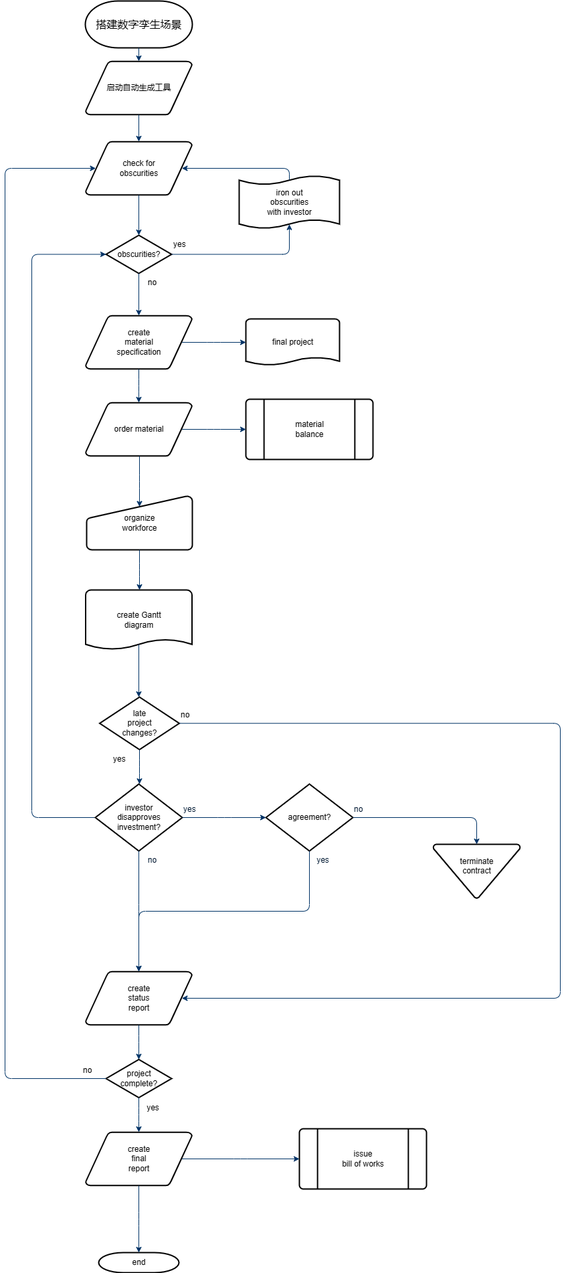
Above: VissimMap.drawio.png in mulegan/draw-.io (draw.io), before the change. Source tidied: cells renumbered, new cells last; positions are measured from the earlier drawing's top-left corner, leaving out a move shared by most shapes.
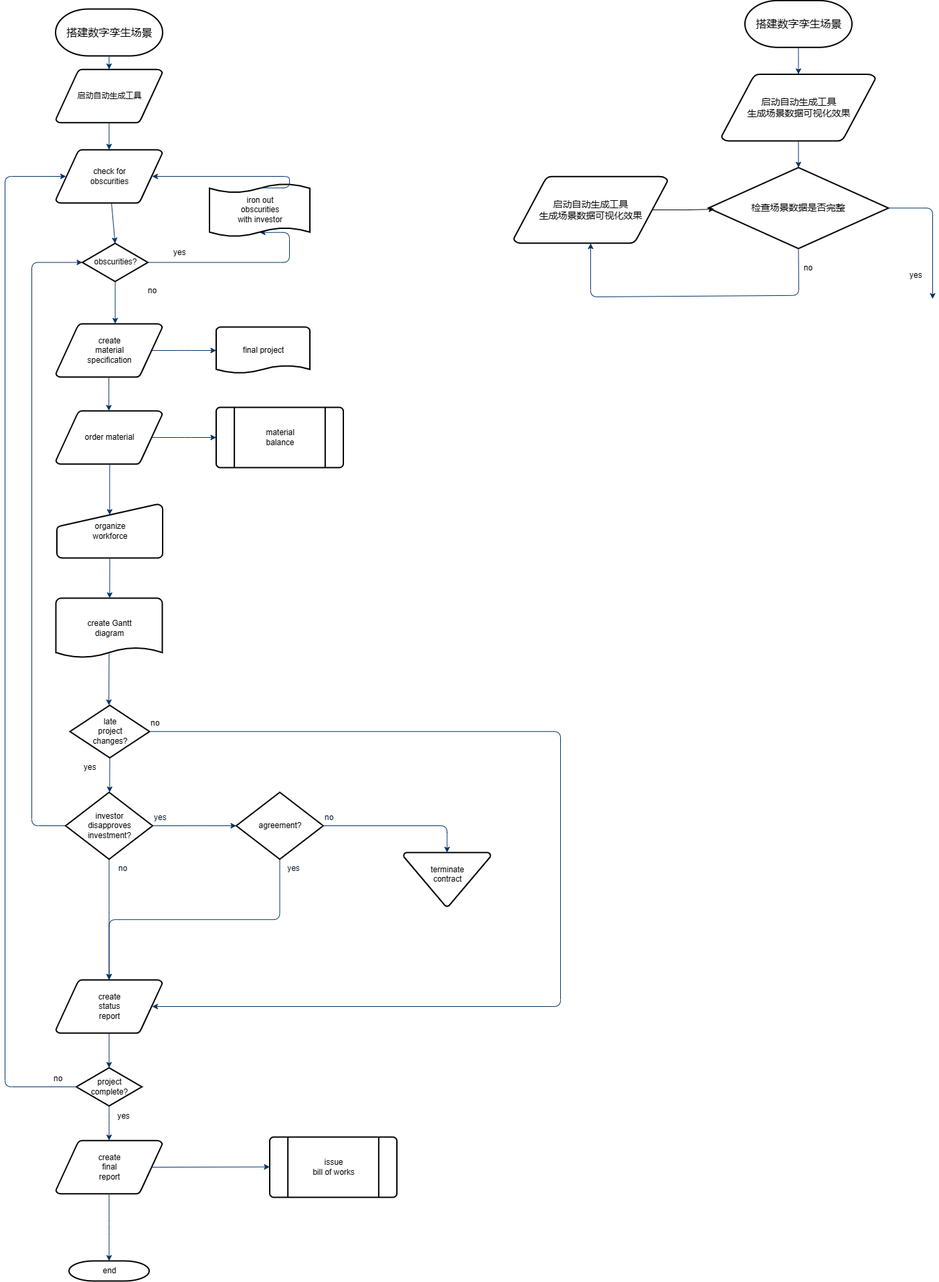
After the commit.

What changed in the source:
```diff
@@ -15,7 +15,7 @@
       <mxGeometry x="120.5" y="210" width="159" height="80" as="geometry" />
     </mxCell>
     <mxCell id="6" value="obscurities?" style="shape=mxgraph.flowchart.decision;strokeWidth=2;gradientColor=none;gradientDirection=north;fontStyle=0;html=1;" parent="1" vertex="1">
-      <mxGeometry x="151" y="350" width="98" height="57" as="geometry" />
+      <mxGeometry x="160" y="350" width="98" height="57" as="geometry" />
     </mxCell>
     <mxCell id="7" style="fontStyle=1;strokeColor=#003366;strokeWidth=1;html=1;" parent="1" edge="1" source="2" target="3">
       <mxGeometry relative="1" as="geometry" />
@@ -29,12 +29,12 @@
     <mxCell id="10" style="edgeStyle=elbowEdgeStyle;elbow=horizontal;entryX=0.5;entryY=0.91;entryPerimeter=0;exitX=1;exitY=0.5;exitPerimeter=0;fontStyle=1;strokeColor=#003366;strokeWidth=1;html=1;" parent="1" edge="1" source="6" target="51">
       <mxGeometry x="381" y="28.5" as="geometry">
         <Array as="points">
-          <mxPoint x="425" y="360" />
+          <mxPoint x="469.5" y="360" />
         </Array>
       </mxGeometry>
     </mxCell>
     <mxCell id="11" value="yes" style="text;fontStyle=0;html=1;strokeColor=none;gradientColor=none;fillColor=none;strokeWidth=2;" parent="1" vertex="1">
-      <mxGeometry x="250" y="350" width="40" height="26" as="geometry" />
+      <mxGeometry x="294.5" y="350" width="40" height="26" as="geometry" />
     </mxCell>
     <mxCell id="12" style="edgeStyle=elbowEdgeStyle;elbow=horizontal;fontColor=#001933;fontStyle=1;strokeColor=#003366;strokeWidth=1;html=1;" parent="1" edge="1" source="6" target="4">
       <mxGeometry as="geometry" />
@@ -43,45 +43,45 @@
       <mxGeometry x="120.5" y="600" width="159" height="80" as="geometry" />
     </mxCell>
     <mxCell id="14" value="no" style="text;fontStyle=0;html=1;strokeColor=none;gradientColor=none;fillColor=none;strokeWidth=2;align=center;" parent="1" vertex="1">
-      <mxGeometry x="200" y="407" width="40" height="26" as="geometry" />
+      <mxGeometry x="244.5" y="407" width="40" height="26" as="geometry" />
     </mxCell>
     <mxCell id="15" value="final project" style="shape=mxgraph.flowchart.document;strokeWidth=2;gradientColor=none;gradientDirection=north;fontStyle=0;html=1;" parent="1" vertex="1">
       <mxGeometry x="360" y="475" width="140" height="70" as="geometry" />
     </mxCell>
     <mxCell id="16" style="edgeStyle=elbowEdgeStyle;elbow=horizontal;exitX=0.905;exitY=0.5;exitPerimeter=0;fontStyle=1;strokeColor=#003366;strokeWidth=1;html=1;" parent="1" edge="1" source="4" target="15">
-      <mxGeometry as="geometry" />
+      <mxGeometry x="-44.5" as="geometry" />
     </mxCell>
     <mxCell id="17" style="edgeStyle=elbowEdgeStyle;elbow=horizontal;fontStyle=1;strokeColor=#003366;strokeWidth=1;html=1;" parent="1" edge="1" source="4" target="13">
-      <mxGeometry as="geometry" />
+      <mxGeometry x="-44.5" as="geometry" />
     </mxCell>
     <mxCell id="18" value="material&#10;balance" style="shape=mxgraph.flowchart.predefined_process;strokeWidth=2;gradientColor=none;gradientDirection=north;fontStyle=0;html=1;" parent="1" vertex="1">
       <mxGeometry x="360" y="595" width="190" height="90" as="geometry" />
     </mxCell>
     <mxCell id="19" style="edgeStyle=elbowEdgeStyle;elbow=horizontal;exitX=0.905;exitY=0.5;exitPerimeter=0;fontStyle=1;strokeColor=#003366;strokeWidth=1;html=1;" parent="1" edge="1" source="13" target="18">
-      <mxGeometry as="geometry" />
+      <mxGeometry x="-44.5" as="geometry" />
     </mxCell>
     <mxCell id="20" value="organize &#10;workforce" style="shape=mxgraph.flowchart.manual_input;strokeWidth=2;gradientColor=none;gradientDirection=north;fontStyle=0;html=1;" parent="1" vertex="1">
       <mxGeometry x="122" y="740" width="158" height="80" as="geometry" />
     </mxCell>
     <mxCell id="21" style="edgeStyle=elbowEdgeStyle;elbow=horizontal;entryX=0.5;entryY=0.195;entryPerimeter=0;fontStyle=1;strokeColor=#003366;strokeWidth=1;html=1;" parent="1" edge="1" source="13" target="20">
-      <mxGeometry as="geometry" />
+      <mxGeometry x="-44.5" as="geometry" />
     </mxCell>
     <mxCell id="22" value="create Gantt&#10;diagram" style="shape=mxgraph.flowchart.document;strokeWidth=2;gradientColor=none;gradientDirection=north;fontStyle=0;html=1;" parent="1" vertex="1">
       <mxGeometry x="120.5" y="880" width="159" height="90" as="geometry" />
     </mxCell>
     <mxCell id="23" style="edgeStyle=elbowEdgeStyle;elbow=horizontal;exitX=0.5;exitY=1;exitPerimeter=0;fontStyle=1;strokeColor=#003366;strokeWidth=1;html=1;" parent="1" edge="1" source="20" target="22">
-      <mxGeometry as="geometry" />
+      <mxGeometry x="-44.5" as="geometry" />
     </mxCell>
     <mxCell id="24" value="late&#10;project&#10;changes?" style="shape=mxgraph.flowchart.decision;strokeWidth=2;gradientColor=none;gradientDirection=north;fontStyle=0;html=1;" parent="1" vertex="1">
       <mxGeometry x="141.5" y="1040" width="119" height="78.5" as="geometry" />
     </mxCell>
     <mxCell id="25" style="edgeStyle=elbowEdgeStyle;elbow=horizontal;exitX=0.5;exitY=0.9;exitPerimeter=0;fontStyle=1;strokeColor=#003366;strokeWidth=1;html=1;" parent="1" edge="1" source="22" target="24">
-      <mxGeometry as="geometry" />
+      <mxGeometry x="-44.5" as="geometry" />
     </mxCell>
     <mxCell id="26" style="edgeStyle=elbowEdgeStyle;elbow=horizontal;exitX=0;exitY=0.5;exitPerimeter=0;entryX=0;entryY=0.5;entryPerimeter=0;fontStyle=1;strokeColor=#003366;strokeWidth=1;html=1;" parent="1" edge="1" source="28" target="6">
       <mxGeometry as="geometry">
         <Array as="points">
-          <mxPoint x="40" y="810" />
+          <mxPoint x="84.5" y="810" />
         </Array>
       </mxGeometry>
     </mxCell>
@@ -95,16 +95,16 @@
       <mxGeometry x="390" y="1170" width="130" height="100" as="geometry" />
     </mxCell>
     <mxCell id="30" style="edgeStyle=elbowEdgeStyle;elbow=horizontal;exitX=0.5;exitY=1;exitPerimeter=0;fontStyle=1;strokeColor=#003366;strokeWidth=1;html=1;" parent="1" edge="1" source="24" target="28">
-      <mxGeometry as="geometry" />
+      <mxGeometry x="-44.5" as="geometry" />
     </mxCell>
     <mxCell id="31" style="edgeStyle=elbowEdgeStyle;elbow=horizontal;exitX=1;exitY=0.5;exitPerimeter=0;entryX=0;entryY=0.5;entryPerimeter=0;fontStyle=1;strokeColor=#003366;strokeWidth=1;html=1;" parent="1" edge="1" source="28" target="29">
-      <mxGeometry as="geometry" />
+      <mxGeometry x="-44.5" as="geometry" />
     </mxCell>
     <mxCell id="32" value="terminate&#10;contract&#10;" style="shape=mxgraph.flowchart.merge_or_storage;strokeWidth=2;gradientColor=none;gradientDirection=north;fontStyle=0;html=1;" parent="1" vertex="1">
       <mxGeometry x="640" y="1260" width="130" height="80.5" as="geometry" />
     </mxCell>
     <mxCell id="33" style="edgeStyle=elbowEdgeStyle;elbow=vertical;exitX=1;exitY=0.5;exitPerimeter=0;entryX=0.5;entryY=0;entryPerimeter=0;fontStyle=1;strokeColor=#003366;strokeWidth=1;html=1;" parent="1" edge="1" source="29" target="32">
-      <mxGeometry as="geometry">
+      <mxGeometry x="-44.5" as="geometry">
         <Array as="points">
           <mxPoint x="620" y="1220" />
         </Array>
@@ -114,10 +114,10 @@
       <mxGeometry x="120.5" y="1450" width="159" height="80" as="geometry" />
     </mxCell>
     <mxCell id="35" style="edgeStyle=elbowEdgeStyle;elbow=vertical;exitX=0.5;exitY=1;exitPerimeter=0;fontColor=#001933;fontStyle=1;strokeColor=#003366;strokeWidth=1;html=1;" parent="1" edge="1" source="28" target="34">
-      <mxGeometry as="geometry" />
+      <mxGeometry x="-44.5" as="geometry" />
     </mxCell>
     <mxCell id="36" style="edgeStyle=elbowEdgeStyle;elbow=vertical;exitX=0.5;exitY=1;exitPerimeter=0;entryX=0.5;entryY=0;entryPerimeter=0;fontStyle=1;strokeColor=#003366;strokeWidth=1;html=1;" parent="1" edge="1" source="29" target="34">
-      <mxGeometry as="geometry" />
+      <mxGeometry x="-44.5" as="geometry" />
     </mxCell>
     <mxCell id="37" value="project&#10;complete?" style="shape=mxgraph.flowchart.decision;strokeWidth=2;gradientColor=none;gradientDirection=north;fontStyle=0;html=1;" parent="1" vertex="1">
       <mxGeometry x="151" y="1581.5" width="98" height="57" as="geometry" />
@@ -132,21 +132,21 @@
       <mxGeometry x="140" y="1870" width="120" height="30" as="geometry" />
     </mxCell>
     <mxCell id="41" style="edgeStyle=elbowEdgeStyle;elbow=vertical;exitX=0.5;exitY=1;exitPerimeter=0;entryX=0.5;entryY=0;entryPerimeter=0;fontStyle=1;strokeColor=#003366;strokeWidth=1;html=1;" parent="1" edge="1" source="34" target="37">
-      <mxGeometry as="geometry" />
+      <mxGeometry x="-44.5" as="geometry" />
     </mxCell>
     <mxCell id="42" style="edgeStyle=elbowEdgeStyle;elbow=vertical;exitX=0.5;exitY=1;exitPerimeter=0;entryX=0.5;entryY=0;entryPerimeter=0;fontStyle=1;strokeColor=#003366;strokeWidth=1;html=1;" parent="1" edge="1" source="37" target="38">
-      <mxGeometry as="geometry" />
+      <mxGeometry x="-44.5" as="geometry" />
     </mxCell>
     <mxCell id="43" style="edgeStyle=elbowEdgeStyle;elbow=vertical;exitX=0.5;exitY=1;exitPerimeter=0;entryX=0.5;entryY=0;entryPerimeter=0;fontStyle=1;strokeColor=#003366;strokeWidth=1;html=1;" parent="1" edge="1" source="38" target="40">
-      <mxGeometry as="geometry" />
+      <mxGeometry x="-44.5" as="geometry" />
     </mxCell>
     <mxCell id="44" style="edgeStyle=elbowEdgeStyle;elbow=vertical;exitX=0.905;exitY=0.5;exitPerimeter=0;entryX=0;entryY=0.5;entryPerimeter=0;fontStyle=1;strokeColor=#003366;strokeWidth=1;html=1;" parent="1" edge="1" source="38" target="39">
-      <mxGeometry as="geometry" />
+      <mxGeometry x="-44.5" as="geometry" />
     </mxCell>
     <mxCell id="45" style="edgeStyle=elbowEdgeStyle;elbow=horizontal;exitX=1;exitY=0.5;exitPerimeter=0;entryX=0.905;entryY=0.5;entryPerimeter=0;fontStyle=1;strokeColor=#003366;strokeWidth=1;html=1;" parent="1" edge="1" source="24" target="34">
       <mxGeometry as="geometry">
         <Array as="points">
-          <mxPoint x="830" y="1280" />
+          <mxPoint x="874.5" y="1280" />
         </Array>
       </mxGeometry>
     </mxCell>
@@ -171,7 +171,7 @@
     <mxCell id="52" style="edgeStyle=elbowEdgeStyle;elbow=horizontal;exitX=0.5;exitY=0.09;exitPerimeter=0;entryX=0.905;entryY=0.5;entryPerimeter=0;fontStyle=1;strokeColor=#003366;strokeWidth=1;html=1;" parent="1" edge="1" source="51" target="5">
       <mxGeometry as="geometry">
         <Array as="points">
-          <mxPoint x="425" y="260" />
+          <mxPoint x="469.5" y="260" />
         </Array>
       </mxGeometry>
     </mxCell>
@@ -181,12 +181,55 @@
     <mxCell id="54" style="edgeStyle=elbowEdgeStyle;elbow=horizontal;exitX=0;exitY=0.5;exitPerimeter=0;entryX=0.095;entryY=0.5;entryPerimeter=0;fontStyle=1;strokeColor=#003366;strokeWidth=1;html=1;" parent="1" edge="1" source="37" target="5">
       <mxGeometry as="geometry">
         <Array as="points">
-          <mxPoint y="930" />
+          <mxPoint x="44.5" y="930" />
         </Array>
       </mxGeometry>
     </mxCell>
     <mxCell id="55" value="no" style="text;fontStyle=0;html=1;strokeColor=none;gradientColor=none;fillColor=none;strokeWidth=2;" parent="1" vertex="1">
       <mxGeometry x="115" y="1584" width="40" height="26" as="geometry" />
     </mxCell>
+    <mxCell id="56" value="&lt;font style=&quot;font-size: 16px;&quot;&gt;搭建数字孪生场景&lt;/font&gt;" style="shape=mxgraph.flowchart.terminator;strokeWidth=2;gradientColor=none;gradientDirection=north;fontStyle=0;html=1;" parent="1" vertex="1">
+      <mxGeometry x="1150" y="-12.7" width="160" height="70" as="geometry" />
+    </mxCell>
+    <mxCell id="57" value="&lt;font style=&quot;font-size: 14px;&quot;&gt;启动自动生成工具&lt;br&gt;生成场景数据可视化效果&lt;br&gt;&lt;/font&gt;" style="shape=mxgraph.flowchart.data;strokeWidth=2;gradientColor=none;gradientDirection=north;fontStyle=0;html=1;" parent="1" vertex="1">
+      <mxGeometry x="1115" y="97.3" width="230" height="100" as="geometry" />
+    </mxCell>
+    <mxCell id="58" style="fontStyle=1;strokeColor=#003366;strokeWidth=1;html=1;" parent="1" edge="1" source="56" target="57">
+      <mxGeometry relative="1" as="geometry" />
+    </mxCell>
+    <mxCell id="59" style="fontStyle=1;strokeColor=#003366;strokeWidth=1;html=1;entryX=0.5;entryY=0;entryDx=0;entryDy=0;entryPerimeter=0;" parent="1" edge="1" source="57" target="60">
+      <mxGeometry relative="1" as="geometry" />
+    </mxCell>
+    <mxCell id="60" value="&lt;span style=&quot;font-size: 14px;&quot;&gt;检查场景数据是否完整&lt;/span&gt;" style="shape=mxgraph.flowchart.decision;strokeWidth=2;gradientColor=none;gradientDirection=north;fontStyle=0;html=1;" parent="1" vertex="1">
+      <mxGeometry x="1095.5" y="236.8" width="269" height="121" as="geometry" />
+    </mxCell>
+    <mxCell id="61" style="fontStyle=1;strokeColor=#003366;strokeWidth=1;html=1;exitX=0.5;exitY=1;exitDx=0;exitDy=0;exitPerimeter=0;entryX=0.5;entryY=1;entryDx=0;entryDy=0;entryPerimeter=0;" parent="1" edge="1" source="60" target="66">
+      <mxGeometry relative="1" as="geometry">
+        <Array as="points">
+          <mxPoint x="1230.5" y="427.8" />
+          <mxPoint x="919.5" y="430" />
+        </Array>
+      </mxGeometry>
+    </mxCell>
+    <mxCell id="62" value="yes" style="text;fontStyle=0;html=1;strokeColor=none;gradientColor=none;fillColor=none;strokeWidth=2;" parent="1" vertex="1">
+      <mxGeometry x="1394.5" y="383.8" width="30" height="26" as="geometry" />
+    </mxCell>
+    <mxCell id="63" style="edgeStyle=elbowEdgeStyle;elbow=horizontal;entryX=0.5;entryY=0.91;entryPerimeter=0;exitX=1;exitY=0.5;exitPerimeter=0;fontStyle=1;strokeColor=#003366;strokeWidth=1;html=1;exitDx=0;exitDy=0;" parent="1" edge="1" source="60">
+      <mxGeometry x="1342" y="127.8" as="geometry">
+        <mxPoint x="1430.5" y="433" as="targetPoint" />
+        <Array as="points">
+          <mxPoint x="1430.5" y="459.3" />
+        </Array>
+      </mxGeometry>
+    </mxCell>
+    <mxCell id="64" value="no" style="text;fontStyle=0;html=1;strokeColor=none;gradientColor=none;fillColor=none;strokeWidth=2;align=center;" parent="1" vertex="1">
+      <mxGeometry x="1224.5" y="373.3" width="40" height="26" as="geometry" />
+    </mxCell>
+    <mxCell id="65" style="edgeStyle=orthogonalEdgeStyle;rounded=0;jettySize=auto;html=1;exitX=0.905;exitY=0.5;exitDx=0;exitDy=0;exitPerimeter=0;entryX=0.033;entryY=0.514;entryDx=0;entryDy=0;entryPerimeter=0;fontSize=14;" parent="1" edge="1" source="66" target="60">
+      <mxGeometry relative="1" as="geometry" />
+    </mxCell>
+    <mxCell id="66" value="&lt;font style=&quot;font-size: 14px;&quot;&gt;启动自动生成工具&lt;br&gt;生成场景数据可视化效果&lt;br&gt;&lt;/font&gt;" style="shape=mxgraph.flowchart.data;strokeWidth=2;gradientColor=none;gradientDirection=north;fontStyle=0;html=1;" parent="1" vertex="1">
+      <mxGeometry x="804.5" y="250" width="230" height="100" as="geometry" />
+    </mxCell>
   </root>
 </mxGraphModel>
```
